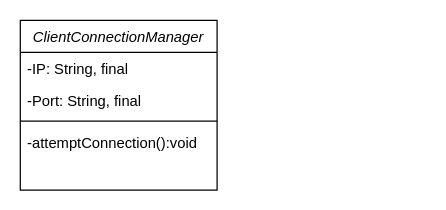
Earlier version of the draw.io diagram docs/class diagram.drawio (elloot/prg2-slutprojekt). Source tidied: cells renumbered, new cells numbered last; positions are measured from the earlier drawing's top-left corner, leaving out a move shared by most shapes. Both pictures are drawn from the tidied source at 123%, with x=0, y=0 at pixel (20, 20).
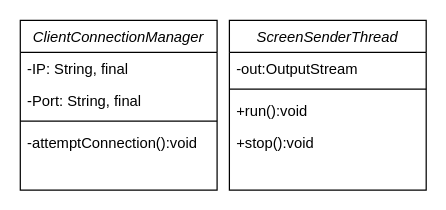
The same diagram, later.

Commit message:
add screen sender thread class.drawio

Change to the diagram source:
```diff
@@
 <mxGraphModel>
   <root>
     <mxCell id="0" />
     <mxCell id="1" parent="0" />
     <mxCell id="2" value="ClientConnectionManager" style="swimlane;fontStyle=2;align=center;verticalAlign=top;horizontal=1;startSize=26;rounded=0;shadow=0;strokeWidth=1;" parent="1" vertex="1">
       <mxGeometry width="160" height="138" as="geometry" />
     </mxCell>
     <mxCell id="3" value="-IP: String, final" style="text;align=left;verticalAlign=top;spacingLeft=4;spacingRight=4;overflow=hidden;" parent="2" vertex="1">
       <mxGeometry y="26" width="160" height="26" as="geometry" />
     </mxCell>
     <mxCell id="4" value="-Port: String, final" style="text;align=left;verticalAlign=top;spacingLeft=4;spacingRight=4;overflow=hidden;rounded=0;shadow=0;html=0;" parent="2" vertex="1">
       <mxGeometry y="52" width="160" height="26" as="geometry" />
     </mxCell>
     <mxCell id="5" style="line;html=1;strokeWidth=1;align=left;verticalAlign=middle;spacingTop=-1;spacingLeft=3;spacingRight=3;labelPosition=right;" parent="2" vertex="1">
       <mxGeometry y="78" width="160" height="8" as="geometry" />
     </mxCell>
     <mxCell id="6" value="-attemptConnection():void" style="text;align=left;verticalAlign=top;spacingLeft=4;spacingRight=4;overflow=hidden;" parent="2" vertex="1">
       <mxGeometry y="86" width="160" height="26" as="geometry" />
     </mxCell>
+    <mxCell id="7" value="ScreenSenderThread" style="swimlane;fontStyle=2;align=center;verticalAlign=top;horizontal=1;startSize=26;rounded=0;shadow=0;strokeWidth=1;" parent="1" vertex="1">
+      <mxGeometry x="170" width="160" height="138" as="geometry" />
+    </mxCell>
+    <mxCell id="8" value="-out:OutputStream" style="text;align=left;verticalAlign=top;spacingLeft=4;spacingRight=4;overflow=hidden;" parent="7" vertex="1">
+      <mxGeometry y="26" width="160" height="26" as="geometry" />
+    </mxCell>
+    <mxCell id="9" style="line;html=1;strokeWidth=1;align=left;verticalAlign=middle;spacingTop=-1;spacingLeft=3;spacingRight=3;labelPosition=right;" parent="7" vertex="1">
+      <mxGeometry y="52" width="160" height="8" as="geometry" />
+    </mxCell>
+    <mxCell id="10" value="+run():void" style="text;align=left;verticalAlign=top;spacingLeft=4;spacingRight=4;overflow=hidden;" parent="7" vertex="1">
+      <mxGeometry y="60" width="160" height="26" as="geometry" />
+    </mxCell>
+    <mxCell id="11" value="+stop():void" style="text;align=left;verticalAlign=top;spacingLeft=4;spacingRight=4;overflow=hidden;" parent="7" vertex="1">
+      <mxGeometry y="86" width="160" height="26" as="geometry" />
+    </mxCell>
   </root>
 </mxGraphModel>
```
